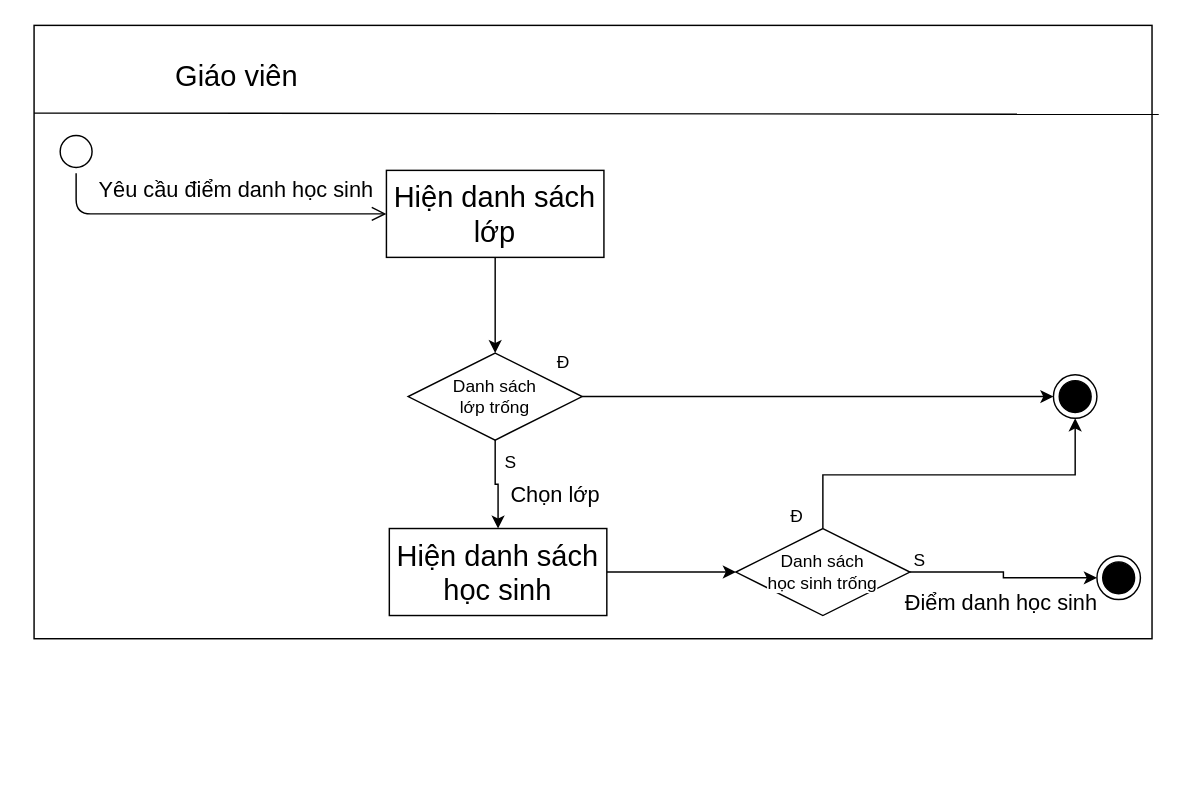
Above: page "diem danh" (2 of 3) of BaoCao/BT2/bt2-lam.drawio in ktd131/ThucTapCNTT (draw.io), before the change. Source tidied: cells renumbered, new cells numbered last; positions are measured from the earlier drawing's top-left corner, leaving out a move shared by most shapes. Both pictures are drawn from the tidied source at 145%, with x=0, y=0 at pixel (33, 25).
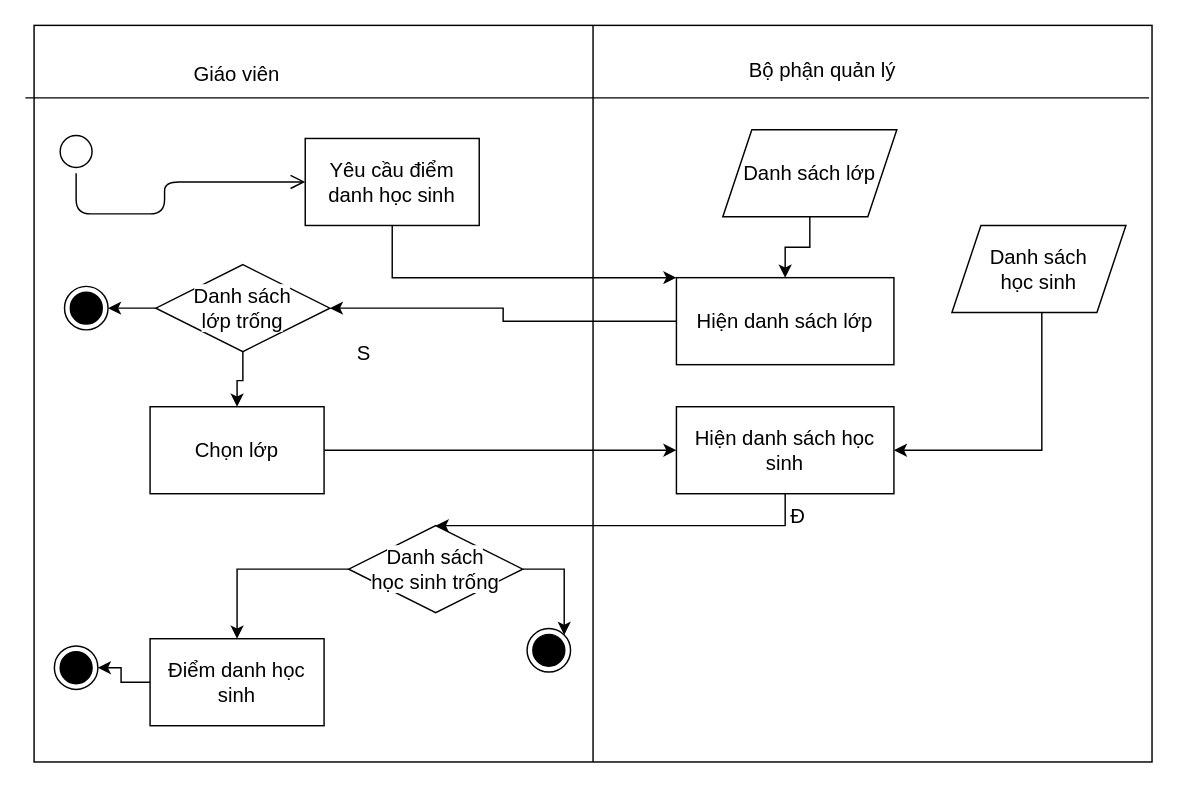
Above is the later version.

The edit, as a diff of the source:
```diff
@@
-    <mxCell id="2" style="rounded=0;whiteSpace=wrap;html=1;fontSize=20;strokeColor=#000000;gradientColor=none;" parent="1" vertex="1">
-      <mxGeometry width="771" height="423" as="geometry" />
+    <mxCell id="2" style="rounded=0;whiteSpace=wrap;html=1;fontSize=14;strokeColor=#000000;gradientColor=none;" parent="1" vertex="1">
+      <mxGeometry width="771" height="508" as="geometry" />
     </mxCell>
-    <mxCell id="3" style="endArrow=none;html=1;fontSize=20;strokeColor=#000000;exitX=0;exitY=0.25;exitDx=0;exitDy=0;entryX=1.006;entryY=0.145;entryDx=0;entryDy=0;entryPerimeter=0;" parent="1" edge="1" target="2">
+    <mxCell id="3" style="endArrow=none;html=1;fontSize=14;strokeColor=#000000;" parent="1" edge="1">
       <mxGeometry relative="1" as="geometry">
-        <mxPoint y="60.5" as="sourcePoint" />
+        <mxPoint x="-6" y="50" as="sourcePoint" />
+        <mxPoint x="769" y="50" as="targetPoint" />
       </mxGeometry>
     </mxCell>
-    <mxCell id="4" style="ellipse;html=1;shape=startState;fontSize=20;fillColor=#FFFFFF;" parent="1" vertex="1">
+    <mxCell id="4" style="ellipse;html=1;shape=startState;fontSize=14;fillColor=#FFFFFF;" parent="1" vertex="1">
       <mxGeometry x="14" y="72" width="30" height="30" as="geometry" />
     </mxCell>
-    <mxCell id="5" style="edgeStyle=orthogonalEdgeStyle;html=1;verticalAlign=bottom;endArrow=open;endSize=8;fontSize=20;" parent="1" edge="1" source="4" target="9">
+    <mxCell id="5" style="edgeStyle=orthogonalEdgeStyle;html=1;verticalAlign=bottom;endArrow=open;endSize=8;fontSize=14;" parent="1" edge="1" source="4" target="12">
       <mxGeometry relative="1" as="geometry">
         <Array as="points">
           <mxPoint x="29" y="130" />
+          <mxPoint x="90" y="130" />
         </Array>
       </mxGeometry>
     </mxCell>
-    <mxCell id="6" style="ellipse;html=1;shape=endState;fillColor=#000000;fontSize=20;" parent="1" vertex="1">
-      <mxGeometry x="733" y="366" width="30" height="30" as="geometry" />
+    <mxCell id="6" style="ellipse;html=1;shape=endState;fillColor=#000000;fontSize=14;" parent="1" vertex="1">
+      <mxGeometry x="340" y="416" width="30" height="30" as="geometry" />
     </mxCell>
-    <mxCell id="7" value="Giáo viên" style="text;align=center;fontStyle=0;verticalAlign=middle;spacingLeft=3;spacingRight=3;strokeColor=none;fontSize=20;gradientColor=none;" parent="1" vertex="1">
+    <mxCell id="7" value="Giáo viên" style="text;align=center;fontStyle=0;verticalAlign=middle;spacingLeft=3;spacingRight=3;strokeColor=none;fontSize=14;gradientColor=none;" parent="1" vertex="1">
       <mxGeometry x="100" y="20" width="80" height="26" as="geometry" />
     </mxCell>
-    <mxCell id="8" style="edgeStyle=none;rounded=0;jettySize=auto;html=1;fontSize=20;strokeColor=#000000;" parent="1" edge="1" source="9" target="17">
+    <mxCell id="8" style="edgeStyle=orthogonalEdgeStyle;rounded=0;jettySize=auto;html=1;fontSize=14;" parent="1" edge="1" source="9" target="17">
       <mxGeometry relative="1" as="geometry" />
     </mxCell>
-    <mxCell id="9" value="Hiện danh sách lớp" style="rounded=0;whiteSpace=wrap;html=1;fontSize=20;strokeColor=#000000;fillColor=#FFFFFF;gradientColor=none;" parent="1" vertex="1">
-      <mxGeometry x="243" y="100" width="150" height="60" as="geometry" />
+    <mxCell id="9" value="Hiện danh sách lớp" style="rounded=0;whiteSpace=wrap;html=1;fontSize=14;strokeColor=#000000;fillColor=#FFFFFF;gradientColor=none;" parent="1" vertex="1">
+      <mxGeometry x="443" y="174" width="150" height="60" as="geometry" />
     </mxCell>
-    <mxCell id="10" style="edgeStyle=orthogonalEdgeStyle;rounded=0;jettySize=auto;html=1;fontSize=15;" parent="1" edge="1" source="11" target="23">
-      <mxGeometry relative="1" as="geometry" />
+    <mxCell id="10" style="edgeStyle=orthogonalEdgeStyle;rounded=0;jettySize=auto;html=1;fontSize=14;" parent="1" edge="1" source="11" target="23">
+      <mxGeometry relative="1" as="geometry">
+        <Array as="points">
+          <mxPoint x="518" y="345" />
+        </Array>
+      </mxGeometry>
     </mxCell>
-    <mxCell id="11" value="Hiện danh sách học sinh" style="rounded=0;whiteSpace=wrap;html=1;fontSize=20;strokeColor=#000000;fillColor=#FFFFFF;gradientColor=none;" parent="1" vertex="1">
-      <mxGeometry x="245" y="347" width="150" height="60" as="geometry" />
+    <mxCell id="11" value="Hiện danh sách học sinh" style="rounded=0;whiteSpace=wrap;html=1;fontSize=14;strokeColor=#000000;fillColor=#FFFFFF;gradientColor=none;" parent="1" vertex="1">
+      <mxGeometry x="443" y="263" width="150" height="60" as="geometry" />
     </mxCell>
-    <mxCell id="12" value="Yêu cầu điểm danh học sinh" style="text;strokeColor=none;fillColor=none;spacingLeft=4;spacingRight=4;overflow=hidden;points=[[0,0.5],[1,0.5]];portConstraint=eastwest;fontSize=15;verticalAlign=top;align=left;" parent="1" vertex="1">
-      <mxGeometry x="39" y="98" width="206" height="38" as="geometry" />
-    </mxCell>
-    <mxCell id="13" value="Chọn lớp" style="text;strokeColor=none;fillColor=none;spacingLeft=4;spacingRight=4;overflow=hidden;points=[[0,0.5],[1,0.5]];portConstraint=eastwest;fontSize=15;" parent="1" vertex="1">
-      <mxGeometry x="323" y="308" width="152" height="30" as="geometry" />
-    </mxCell>
-    <mxCell id="14" value="Điểm danh học sinh" style="text;strokeColor=none;fillColor=none;spacingLeft=4;spacingRight=4;overflow=hidden;points=[[0,0.5],[1,0.5]];portConstraint=eastwest;fontSize=15;" parent="1" vertex="1">
-      <mxGeometry x="595" y="383" width="152" height="30" as="geometry" />
-    </mxCell>
-    <mxCell id="15" style="edgeStyle=orthogonalEdgeStyle;rounded=0;jettySize=auto;html=1;" parent="1" edge="1" source="17" target="20">
-      <mxGeometry relative="1" as="geometry" />
-    </mxCell>
-    <mxCell id="16" style="edgeStyle=orthogonalEdgeStyle;rounded=0;jettySize=auto;html=1;" parent="1" edge="1" source="17" target="11">
-      <mxGeometry relative="1" as="geometry" />
-    </mxCell>
+    <mxCell id="26" style="edgeStyle=orthogonalEdgeStyle;rounded=0;jettySize=auto;html=1;fontSize=14;" parent="1" edge="1" source="17" target="13">
+      <mxGeometry relative="1" as="geometry" />
+    </mxCell>
+    <mxCell id="27" style="edgeStyle=orthogonalEdgeStyle;rounded=0;jettySize=auto;html=1;fontSize=14;" parent="1" edge="1" source="17" target="37">
+      <mxGeometry relative="1" as="geometry" />
+    </mxCell>
-    <mxCell id="17" value="&lt;span style=&quot;color: rgb(0 , 0 , 0) ; font-size: 12px ; font-style: normal ; font-weight: 400 ; letter-spacing: normal ; text-align: left ; text-indent: 0px ; text-transform: none ; word-spacing: 0px ; font-family: &amp;#34;helvetica&amp;#34; ; background-color: rgb(255 , 255 , 255) ; display: inline ; float: none&quot;&gt;Danh sách &lt;br&gt;lớp trống&lt;/span&gt;" style="shape=rhombus;perimeter=rhombusPerimeter;whiteSpace=wrap;html=1;align=center;verticalAlign=middle;" parent="1" vertex="1">
-      <mxGeometry x="258" y="226" width="120" height="60" as="geometry" />
+    <mxCell id="17" value="&lt;span style=&quot;color: rgb(0, 0, 0); font-size: 14px; font-style: normal; font-weight: 400; letter-spacing: normal; text-align: left; text-indent: 0px; text-transform: none; word-spacing: 0px; font-family: helvetica; background-color: rgb(255, 255, 255); display: inline; float: none;&quot;&gt;Danh sách &lt;br style=&quot;font-size: 14px;&quot;&gt;lớp trống&lt;/span&gt;" style="shape=rhombus;perimeter=rhombusPerimeter;whiteSpace=wrap;html=1;align=center;verticalAlign=middle;fontSize=14;" parent="1" vertex="1">
+      <mxGeometry x="84" y="165" width="120" height="60" as="geometry" />
     </mxCell>
-    <mxCell id="18" value="S" style="text;strokeColor=none;fillColor=none;spacingLeft=4;spacingRight=4;overflow=hidden;fontSize=12;align=left;verticalAlign=middle;" parent="1" vertex="1">
-      <mxGeometry x="319" y="286" width="40" height="30" as="geometry" />
+    <mxCell id="18" value="S" style="text;strokeColor=none;fillColor=none;spacingLeft=4;spacingRight=4;overflow=hidden;fontSize=14;align=left;verticalAlign=middle;" parent="1" vertex="1">
+      <mxGeometry x="217" y="210" width="40" height="30" as="geometry" />
     </mxCell>
-    <mxCell id="19" value="Đ" style="text;strokeColor=none;fillColor=none;spacingLeft=4;spacingRight=4;overflow=hidden;fontSize=12;align=left;verticalAlign=middle;" parent="1" vertex="1">
-      <mxGeometry x="355" y="217" width="40" height="30" as="geometry" />
-    </mxCell>
-    <mxCell id="20" style="ellipse;html=1;shape=endState;fillColor=#000000;fontSize=20;" parent="1" vertex="1">
-      <mxGeometry x="703" y="241" width="30" height="30" as="geometry" />
-    </mxCell>
+    <mxCell id="28" style="edgeStyle=orthogonalEdgeStyle;rounded=0;jettySize=auto;html=1;fontSize=14;" parent="1" edge="1" source="23" target="14">
+      <mxGeometry relative="1" as="geometry" />
+    </mxCell>
-    <mxCell id="21" style="edgeStyle=orthogonalEdgeStyle;rounded=0;jettySize=auto;html=1;" parent="1" edge="1" source="23" target="6">
+    <mxCell id="21" style="edgeStyle=orthogonalEdgeStyle;rounded=0;jettySize=auto;html=1;entryX=1;entryY=0;entryDx=0;entryDy=0;fontSize=14;" parent="1" edge="1" source="23" target="6">
       <mxGeometry relative="1" as="geometry" />
     </mxCell>
-    <mxCell id="22" style="edgeStyle=orthogonalEdgeStyle;rounded=0;jettySize=auto;html=1;" parent="1" edge="1" source="23" target="20">
-      <mxGeometry relative="1" as="geometry">
-        <Array as="points">
-          <mxPoint x="544" y="310" />
-          <mxPoint x="718" y="310" />
-        </Array>
-      </mxGeometry>
-    </mxCell>
-    <mxCell id="23" value="&lt;span style=&quot;color: rgb(0 , 0 , 0) ; font-size: 12px ; font-style: normal ; font-weight: 400 ; letter-spacing: normal ; text-align: left ; text-indent: 0px ; text-transform: none ; word-spacing: 0px ; font-family: &amp;#34;helvetica&amp;#34; ; background-color: rgb(255 , 255 , 255) ; display: inline ; float: none&quot;&gt;Danh sách &lt;br&gt;học sinh trống&lt;/span&gt;" style="shape=rhombus;perimeter=rhombusPerimeter;whiteSpace=wrap;html=1;align=center;verticalAlign=middle;" parent="1" vertex="1">
-      <mxGeometry x="484" y="347" width="120" height="60" as="geometry" />
+    <mxCell id="23" value="&lt;span style=&quot;color: rgb(0, 0, 0); font-size: 14px; font-style: normal; font-weight: 400; letter-spacing: normal; text-align: left; text-indent: 0px; text-transform: none; word-spacing: 0px; font-family: helvetica; background-color: rgb(255, 255, 255); display: inline; float: none;&quot;&gt;Danh sách &lt;br style=&quot;font-size: 14px;&quot;&gt;học sinh trống&lt;/span&gt;" style="shape=rhombus;perimeter=rhombusPerimeter;whiteSpace=wrap;html=1;align=center;verticalAlign=middle;fontSize=14;" parent="1" vertex="1">
+      <mxGeometry x="217" y="345" width="120" height="60" as="geometry" />
     </mxCell>
-    <mxCell id="24" value="S" style="text;strokeColor=none;fillColor=none;spacingLeft=4;spacingRight=4;overflow=hidden;fontSize=12;align=left;verticalAlign=middle;" parent="1" vertex="1">
-      <mxGeometry x="601" y="353" width="40" height="30" as="geometry" />
-    </mxCell>
-    <mxCell id="25" value="Đ" style="text;strokeColor=none;fillColor=none;spacingLeft=4;spacingRight=4;overflow=hidden;fontSize=12;align=left;verticalAlign=middle;" parent="1" vertex="1">
+    <mxCell id="25" value="Đ" style="text;strokeColor=none;fillColor=none;spacingLeft=4;spacingRight=4;overflow=hidden;fontSize=14;align=left;verticalAlign=middle;" parent="1" vertex="1">
       <mxGeometry x="516" y="323" width="40" height="30" as="geometry" />
     </mxCell>
+    <mxCell id="29" style="edgeStyle=orthogonalEdgeStyle;rounded=0;jettySize=auto;html=1;fontSize=14;" parent="1" edge="1" source="30" target="11">
+      <mxGeometry relative="1" as="geometry">
+        <Array as="points">
+          <mxPoint x="695" y="293" />
+        </Array>
+      </mxGeometry>
+    </mxCell>
+    <mxCell id="30" value="Danh sách &lt;br style=&quot;font-size: 14px;&quot;&gt;học sinh" style="shape=parallelogram;perimeter=parallelogramPerimeter;whiteSpace=wrap;html=1;fixedSize=1;strokeColor=#000000;fillColor=#FFFFFF;gradientColor=none;fontSize=14;" parent="1" vertex="1">
+      <mxGeometry x="633" y="138" width="120" height="60" as="geometry" />
+    </mxCell>
+    <mxCell id="31" style="edgeStyle=orthogonalEdgeStyle;rounded=0;jettySize=auto;html=1;fontSize=14;" parent="1" edge="1" source="32" target="9">
+      <mxGeometry relative="1" as="geometry" />
+    </mxCell>
+    <mxCell id="32" value="Danh sách lớp" style="shape=parallelogram;perimeter=parallelogramPerimeter;whiteSpace=wrap;html=1;fixedSize=1;strokeColor=#000000;fillColor=#FFFFFF;gradientColor=none;fontSize=14;" parent="1" vertex="1">
+      <mxGeometry x="475" y="72" width="120" height="60" as="geometry" />
+    </mxCell>
+    <mxCell id="33" style="edgeStyle=orthogonalEdgeStyle;rounded=0;jettySize=auto;html=1;fontSize=14;" parent="1" edge="1" source="12" target="9">
+      <mxGeometry relative="1" as="geometry">
+        <Array as="points">
+          <mxPoint x="247" y="174" />
+        </Array>
+      </mxGeometry>
+    </mxCell>
+    <mxCell id="12" value="&#10;&#10;&lt;span style=&quot;color: rgb(0, 0, 0); font-family: helvetica; font-size: 14px; font-style: normal; font-weight: 400; letter-spacing: normal; text-align: left; text-indent: 0px; text-transform: none; word-spacing: 0px; background-color: rgb(255, 255, 255); display: inline; float: none;&quot;&gt;Yêu cầu điểm danh học sinh&lt;/span&gt;&#10;&#10;" style="rounded=0;whiteSpace=wrap;html=1;fontSize=14;strokeColor=#000000;fillColor=#FFFFFF;gradientColor=none;" parent="1" vertex="1">
+      <mxGeometry x="187" y="78" width="120" height="60" as="geometry" />
+    </mxCell>
+    <mxCell id="34" style="endArrow=none;html=1;fontSize=14;entryX=0.5;entryY=0;entryDx=0;entryDy=0;exitX=0.5;exitY=1;exitDx=0;exitDy=0;" parent="1" edge="1" source="2" target="2">
+      <mxGeometry relative="1" as="geometry" />
+    </mxCell>
+    <mxCell id="35" value="Bộ phận quản lý" style="text;align=center;fontStyle=0;verticalAlign=middle;spacingLeft=3;spacingRight=3;strokeColor=none;fontSize=14;gradientColor=none;" parent="1" vertex="1">
+      <mxGeometry x="504" y="17" width="80" height="26" as="geometry" />
+    </mxCell>
+    <mxCell id="36" style="edgeStyle=orthogonalEdgeStyle;rounded=0;jettySize=auto;html=1;fontSize=14;" parent="1" edge="1" source="13" target="11">
+      <mxGeometry relative="1" as="geometry" />
+    </mxCell>
+    <mxCell id="13" value="&#10;&#10;&lt;span style=&quot;color: rgb(0, 0, 0); font-family: helvetica; font-size: 14px; font-style: normal; font-weight: 400; letter-spacing: normal; text-align: left; text-indent: 0px; text-transform: none; word-spacing: 0px; background-color: rgb(255, 255, 255); display: inline; float: none;&quot;&gt;Chọn lớp&lt;/span&gt;&#10;&#10;" style="rounded=0;whiteSpace=wrap;html=1;fontSize=14;strokeColor=#000000;fillColor=#FFFFFF;gradientColor=none;" parent="1" vertex="1">
+      <mxGeometry x="80" y="263" width="120" height="60" as="geometry" />
+    </mxCell>
+    <mxCell id="37" style="ellipse;html=1;shape=endState;fillColor=#000000;fontSize=14;" parent="1" vertex="1">
+      <mxGeometry x="21" y="180" width="30" height="30" as="geometry" />
+    </mxCell>
+    <mxCell id="38" style="edgeStyle=orthogonalEdgeStyle;rounded=0;jettySize=auto;html=1;fontSize=14;" parent="1" edge="1" source="14" target="39">
+      <mxGeometry relative="1" as="geometry" />
+    </mxCell>
+    <mxCell id="14" value="&#10;&#10;&lt;span style=&quot;color: rgb(0, 0, 0); font-family: helvetica; font-size: 14px; font-style: normal; font-weight: 400; letter-spacing: normal; text-align: left; text-indent: 0px; text-transform: none; word-spacing: 0px; background-color: rgb(255, 255, 255); display: inline; float: none;&quot;&gt;Điểm danh học sinh&lt;/span&gt;&#10;&#10;" style="rounded=0;whiteSpace=wrap;html=1;fontSize=14;strokeColor=#000000;fillColor=#FFFFFF;gradientColor=none;" parent="1" vertex="1">
+      <mxGeometry x="80" y="423" width="120" height="60" as="geometry" />
+    </mxCell>
+    <mxCell id="39" style="ellipse;html=1;shape=endState;fillColor=#000000;fontSize=14;" parent="1" vertex="1">
+      <mxGeometry x="14" y="428" width="30" height="30" as="geometry" />
+    </mxCell>
```
